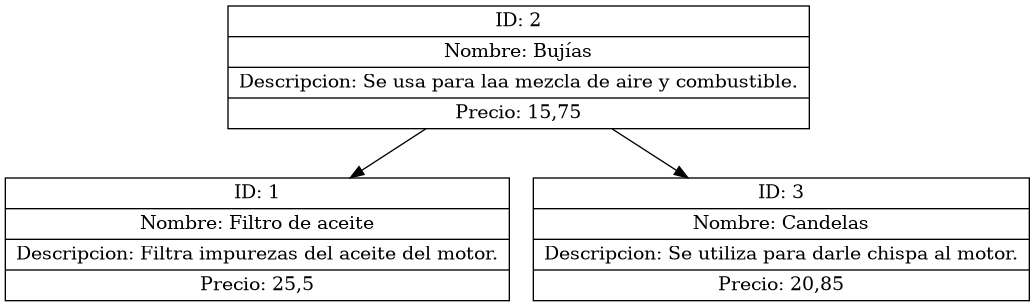
Above: Fase#2/Reportes/ListaRepuestoAVL.png in Farot30/-EDD-1S2025_202307820 (Graphviz), before the change. Its source is kept beside it as Fase#2/Reportes/ListaRepuestoAVL.dot.
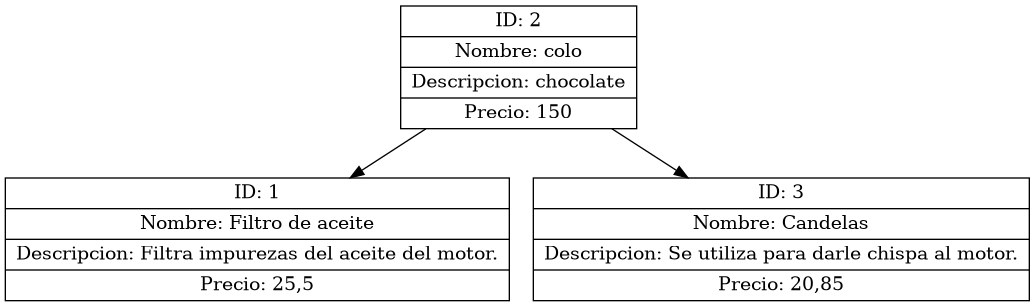
After the change.

Diff of the diagram source:
```diff
@@ -1,6 +1,6 @@
 digraph G {
     node [shape=record];
-    "2" [label="{ID: 2|Nombre: Bujías|Descripcion: Se usa para laa mezcla de aire y combustible.|Precio: 15,75}"];
+    "2" [label="{ID: 2|Nombre: colo|Descripcion: chocolate|Precio: 150}"];
     "2" -> "1";
     "1" [label="{ID: 1|Nombre: Filtro de aceite|Descripcion: Filtra impurezas del aceite del motor.|Precio: 25,5}"];
     "2" -> "3";
```
